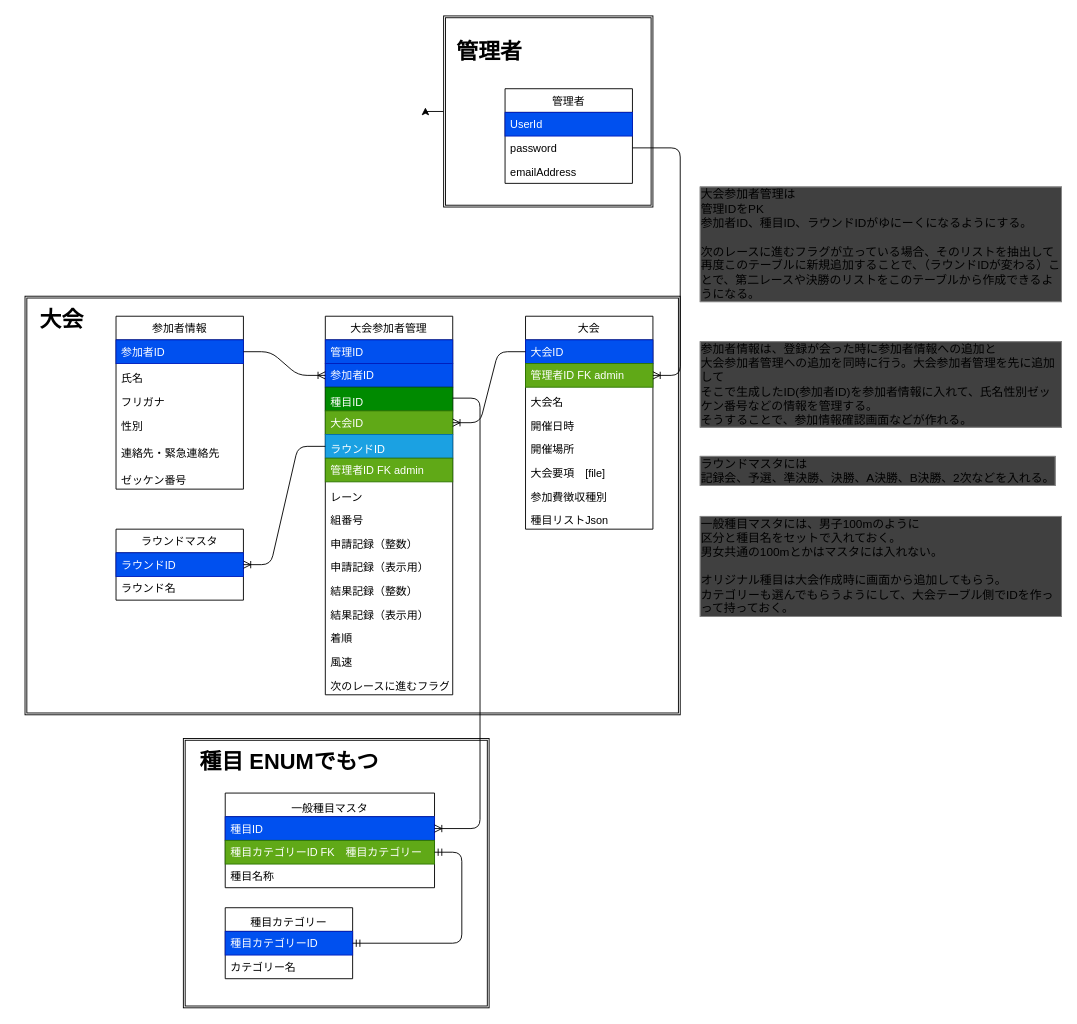
keganokami/kekuriku keeps this draw.io diagram as doc/dataModel.drawio. Above is the earlier version. Source tidied: cells renumbered, new cells numbered last; positions are measured from the earlier drawing's top-left corner, leaving out a move shared by most shapes. Both pictures are drawn from the tidied source at 91%, with x=0, y=0 at pixel (15, 15).
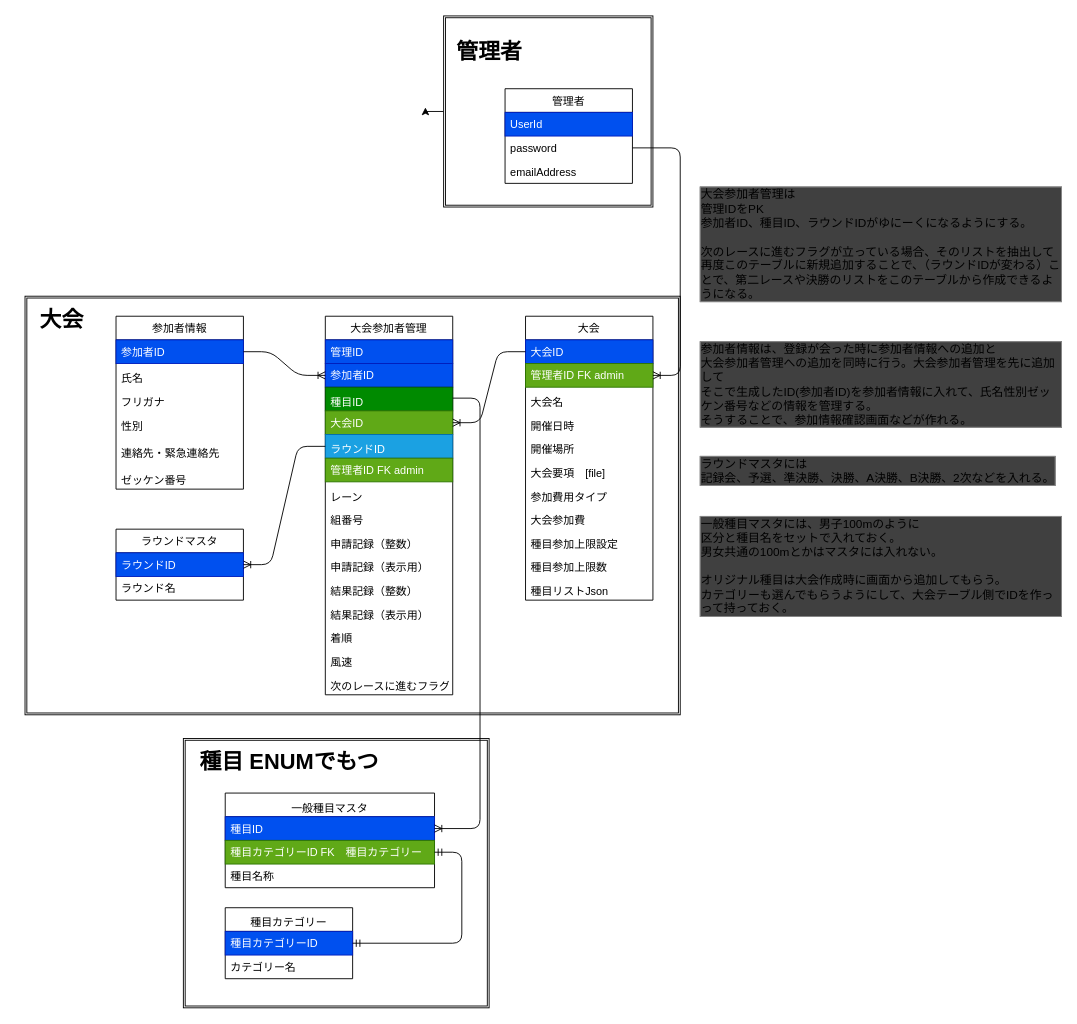
After the change.

Commit message:
大会モデル修正

Change to the diagram source:
```diff
@@
     <mxCell id="10" value="大会" style="swimlane;fontStyle=0;horizontal=1;startSize=26;fillColor=none;" parent="1" vertex="1">
-      <mxGeometry x="560" y="330" width="140" height="234" as="geometry" />
+      <mxGeometry x="560" y="330" width="140" height="312" as="geometry" />
     </mxCell>
@@
+    <mxCell id="65" value="参加費用タイプ" style="text;strokeColor=none;fillColor=none;align=left;verticalAlign=bottom;spacingLeft=4;spacingRight=4;overflow=hidden;" parent="10" vertex="1">
+      <mxGeometry y="182" width="140" height="26" as="geometry" />
+    </mxCell>
+    <mxCell id="66" value="大会参加費" style="text;strokeColor=none;fillColor=none;align=left;verticalAlign=bottom;spacingLeft=4;spacingRight=4;overflow=hidden;" parent="10" vertex="1">
+      <mxGeometry y="208" width="140" height="26" as="geometry" />
+    </mxCell>
-    <mxCell id="17" value="参加費徴収種別" style="text;strokeColor=none;fillColor=none;align=left;verticalAlign=bottom;spacingLeft=4;spacingRight=4;overflow=hidden;" parent="10" vertex="1">
-      <mxGeometry y="182" width="140" height="26" as="geometry" />
+    <mxCell id="17" value="種目参加上限設定" style="text;strokeColor=none;fillColor=none;align=left;verticalAlign=bottom;spacingLeft=4;spacingRight=4;overflow=hidden;" parent="10" vertex="1">
+      <mxGeometry y="234" width="140" height="26" as="geometry" />
     </mxCell>
+    <mxCell id="67" value="種目参加上限数" style="text;strokeColor=none;fillColor=none;align=left;verticalAlign=bottom;spacingLeft=4;spacingRight=4;overflow=hidden;" parent="10" vertex="1">
+      <mxGeometry y="260" width="140" height="26" as="geometry" />
+    </mxCell>
     <mxCell id="18" value="種目リストJson" style="text;strokeColor=none;fillColor=none;align=left;verticalAlign=bottom;spacingLeft=4;spacingRight=4;overflow=hidden;" parent="10" vertex="1">
-      <mxGeometry y="208" width="140" height="26" as="geometry" />
+      <mxGeometry y="286" width="140" height="26" as="geometry" />
     </mxCell>
```
